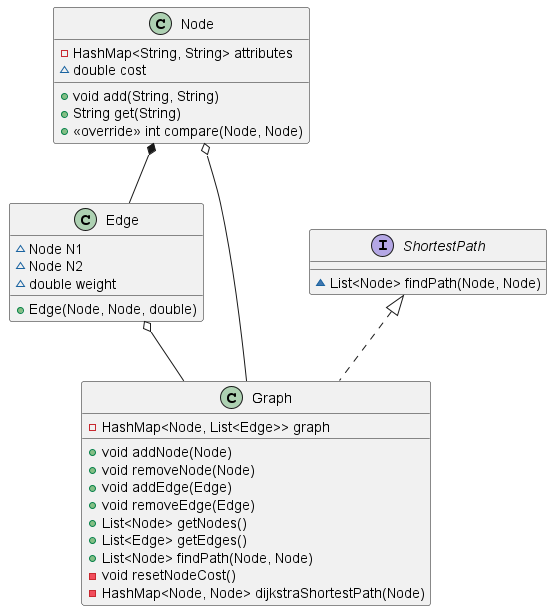
Before: diagrams/uml/pathfinder.png, a diagram exported from PlantUML (AliMVirk/Island-Mesh-Generator).
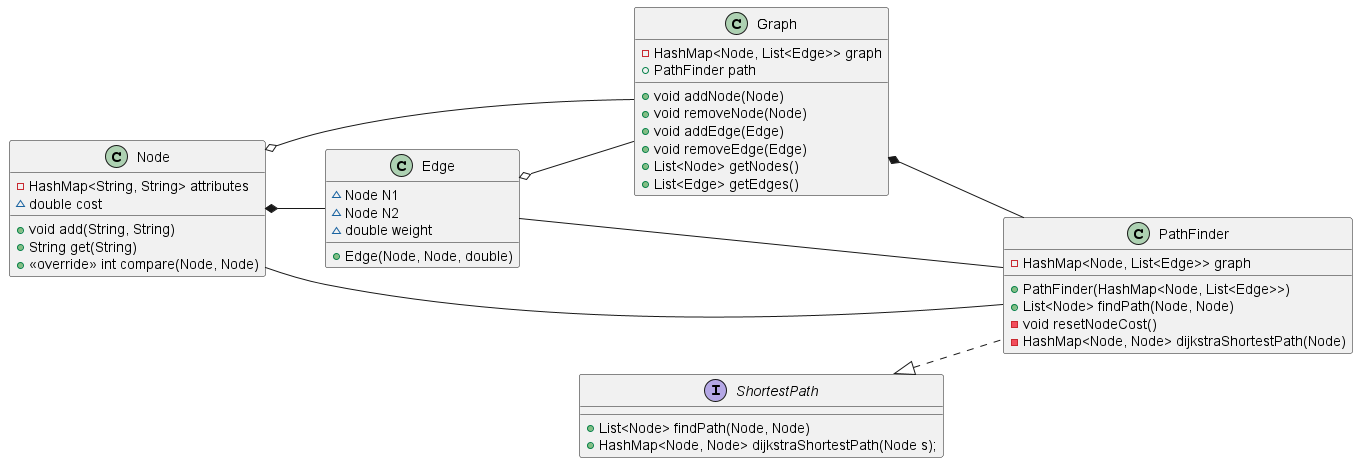
The same file after the commit.

Commit message:
Update class diagram

Diff of the diagram source:
```diff
@@ -1,4 +1,5 @@
 @startuml
+left to right direction
 
 class Node {
     -HashMap<String, String> attributes
@@ -17,24 +18,34 @@
 
 class Graph {
     -HashMap<Node, List<Edge>> graph
+    +PathFinder path
     +void addNode(Node)
     +void removeNode(Node)
     +void addEdge(Edge)
     +void removeEdge(Edge)
     +List<Node> getNodes()
     +List<Edge> getEdges()
+}
+
+class PathFinder {
+    -HashMap<Node, List<Edge>> graph
+    +PathFinder(HashMap<Node, List<Edge>>)
     +List<Node> findPath(Node, Node)
     -void resetNodeCost()
     -HashMap<Node, Node> dijkstraShortestPath(Node)
 }
 
 interface ShortestPath {
-    ~List<Node> findPath(Node, Node)
+    +List<Node> findPath(Node, Node)
+    +HashMap<Node, Node> dijkstraShortestPath(Node s);
 }
 
 Node o-- Graph
 Edge o-- Graph
-ShortestPath <|.. Graph
+ShortestPath <|.. PathFinder
 Node *-- Edge
+Graph *-- PathFinder
+Node -- PathFinder
+Edge -- PathFinder
 
 @enduml
```
